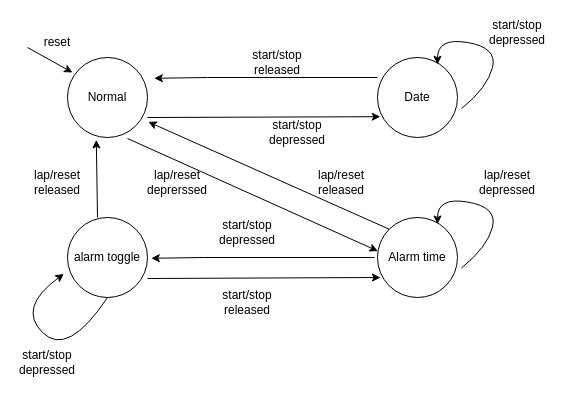
Before: page "Clock" (1 of 3) of Stopwatch FSM.drawio in epicfletch/UWE-Stopwatch-3LM, a draw.io diagram. Source tidied: cells renumbered, new cells numbered last; positions are measured from the earlier drawing's top-left corner, leaving out a move shared by most shapes. Both pictures are drawn from the tidied source at 100%, with x=0, y=0 at pixel (17, 17).
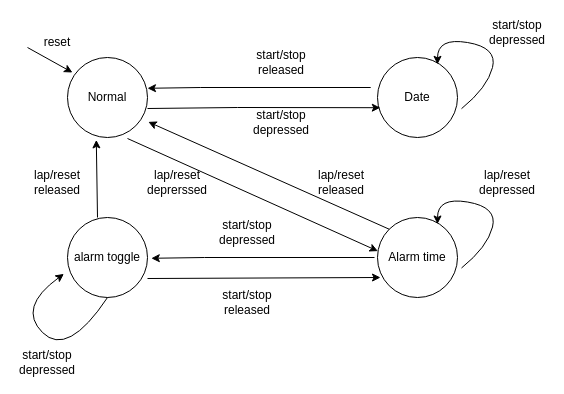
After the change.

The change refers to these unchanged cells:
```xml
<mxCell id="3" value="Date" style="ellipse;whiteSpace=wrap;html=1;" parent="1" vertex="1">
  <mxGeometry x="360" y="40" width="80" height="80" as="geometry" />
</mxCell>
```

The edit, as a diff of the source:
```diff
@@
-    <mxCell id="6" style="endArrow=classic;html=1;rounded=0;exitX=1;exitY=0.5;exitDx=0;exitDy=0;entryX=0.035;entryY=0.74;entryDx=0;entryDy=0;entryPerimeter=0;" parent="1" edge="1" target="3">
+    <mxCell id="6" style="endArrow=classic;html=1;rounded=0;exitX=1;exitY=0.5;exitDx=0;exitDy=0;entryX=0.035;entryY=0.74;entryDx=0;entryDy=0;entryPerimeter=0;" parent="1" edge="1">
       <mxGeometry relative="1" as="geometry">
-        <mxPoint x="130" y="100" as="sourcePoint" />
+        <mxPoint x="130" y="91" as="sourcePoint" />
+        <mxPoint x="362.8" y="90.2" as="targetPoint" />
+        <Array as="points">
+          <mxPoint x="220" y="90" />
+        </Array>
       </mxGeometry>
     </mxCell>
     <mxCell id="7" style="endArrow=classic;html=1;rounded=0;entryX=1.085;entryY=0.385;entryDx=0;entryDy=0;entryPerimeter=0;" parent="1" edge="1">
       <mxGeometry relative="1" as="geometry">
-        <mxPoint x="360" y="60" as="sourcePoint" />
-        <mxPoint x="136.8" y="60.8" as="targetPoint" />
+        <mxPoint x="353.2" y="70" as="sourcePoint" />
+        <mxPoint x="130" y="70.8" as="targetPoint" />
         <Array as="points">
-          <mxPoint x="190" y="60" />
+          <mxPoint x="183.2" y="70" />
         </Array>
       </mxGeometry>
     </mxCell>
     <mxCell id="8" value="start/stop depressed" style="text;html=1;align=center;verticalAlign=middle;whiteSpace=wrap;rounded=0;" parent="1" vertex="1">
-      <mxGeometry x="250" y="100" width="60" height="30" as="geometry" />
+      <mxGeometry x="234" y="90" width="60" height="30" as="geometry" />
     </mxCell>
@@
     <mxCell id="27" value="start/stop released" style="text;html=1;align=center;verticalAlign=middle;whiteSpace=wrap;rounded=0;" parent="1" vertex="1">
-      <mxGeometry x="230" y="30" width="60" height="30" as="geometry" />
+      <mxGeometry x="234" y="30" width="60" height="30" as="geometry" />
     </mxCell>
```
